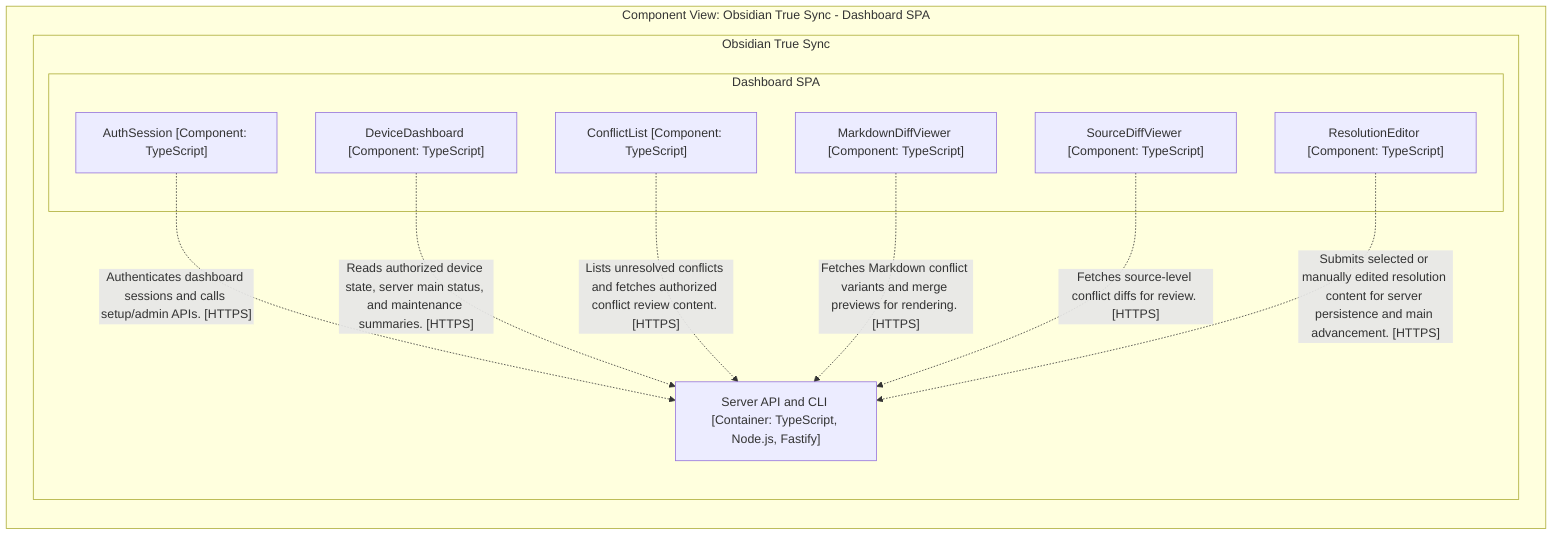
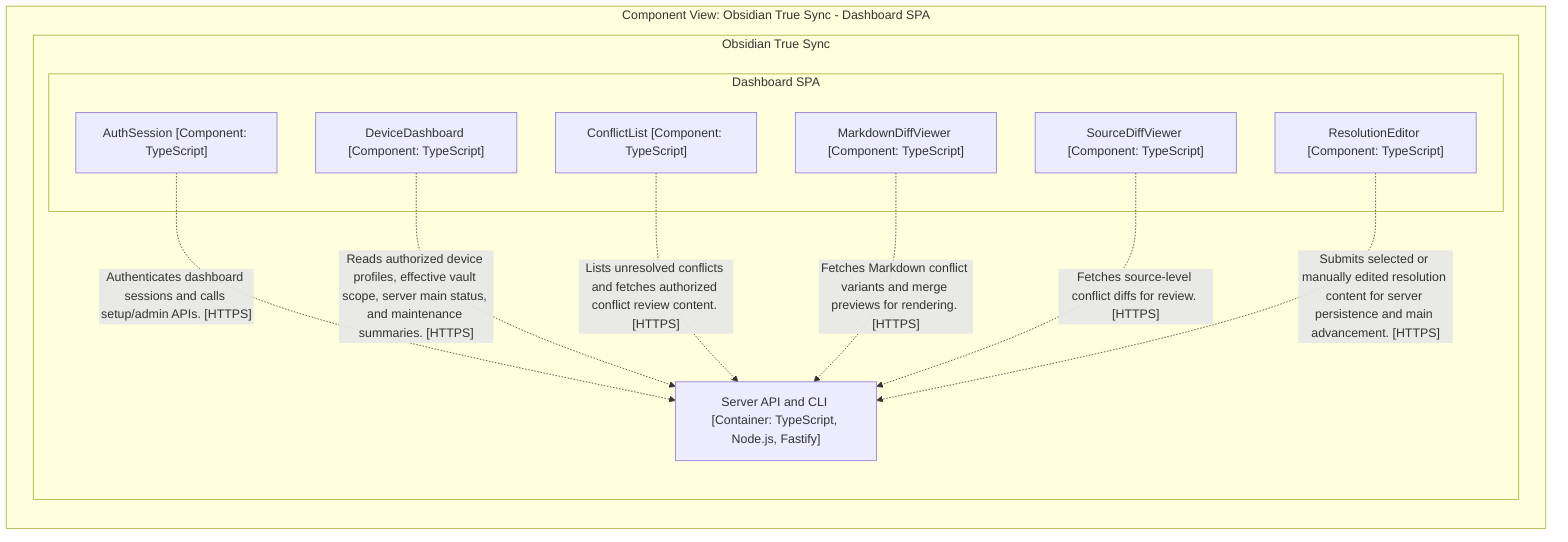
graph LR

  subgraph diagram ["Component View: Obsidian True Sync - Dashboard SPA"]

    subgraph 6 ["Obsidian True Sync"]

-       subgraph 22 ["Dashboard SPA"]
+       subgraph 23 ["Dashboard SPA"]

-         23["AuthSession [Component: TypeScript]"]
-         24["DeviceDashboard [Component: TypeScript]"]
-         25["ConflictList [Component: TypeScript]"]
-         26["MarkdownDiffViewer [Component: TypeScript]"]
-         27["SourceDiffViewer [Component: TypeScript]"]
-         28["ResolutionEditor [Component: TypeScript]"]
+         24["AuthSession [Component: TypeScript]"]
+         25["DeviceDashboard [Component: TypeScript]"]
+         26["ConflictList [Component: TypeScript]"]
+         27["MarkdownDiffViewer [Component: TypeScript]"]
+         28["SourceDiffViewer [Component: TypeScript]"]
+         29["ResolutionEditor [Component: TypeScript]"]
      end

      7["Server API and CLI [Container: TypeScript, Node.js, Fastify]"]
    end

-     23-. "Authenticates dashboard sessions and calls setup/admin APIs. [HTTPS]" .->7
-     24-. "Reads authorized device state, server main status, and maintenance summaries. [HTTPS]" .->7
-     25-. "Lists unresolved conflicts and fetches authorized conflict review content. [HTTPS]" .->7
-     26-. "Fetches Markdown conflict variants and merge previews for rendering. [HTTPS]" .->7
-     27-. "Fetches source-level conflict diffs for review. [HTTPS]" .->7
-     28-. "Submits selected or manually edited resolution content for server persistence and main advancement. [HTTPS]" .->7
+     24-. "Authenticates dashboard sessions and calls setup/admin APIs. [HTTPS]" .->7
+     25-. "Reads authorized device profiles, effective vault scope, server main status, and maintenance summaries. [HTTPS]" .->7
+     26-. "Lists unresolved conflicts and fetches authorized conflict review content. [HTTPS]" .->7
+     27-. "Fetches Markdown conflict variants and merge previews for rendering. [HTTPS]" .->7
+     28-. "Fetches source-level conflict diffs for review. [HTTPS]" .->7
+     29-. "Submits selected or manually edited resolution content for server persistence and main advancement. [HTTPS]" .->7

  end
